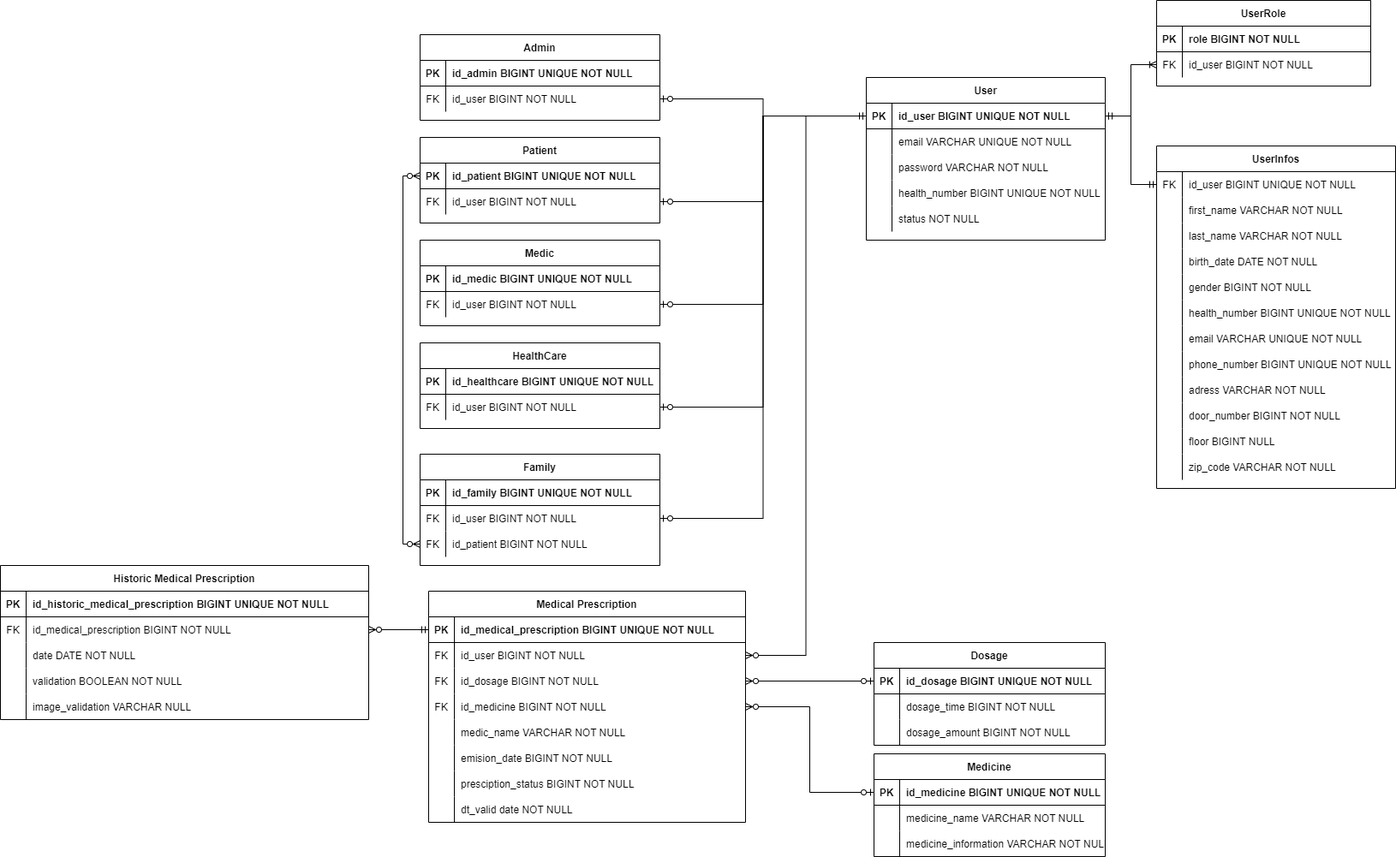
The draw.io diagram Documentação/Base de dados/ER.drawio.png in Zav04/MedAlert, before a commit. Source tidied: cells renumbered, new cells last; positions are measured from the earlier drawing's top-left corner, leaving out a move shared by most shapes.
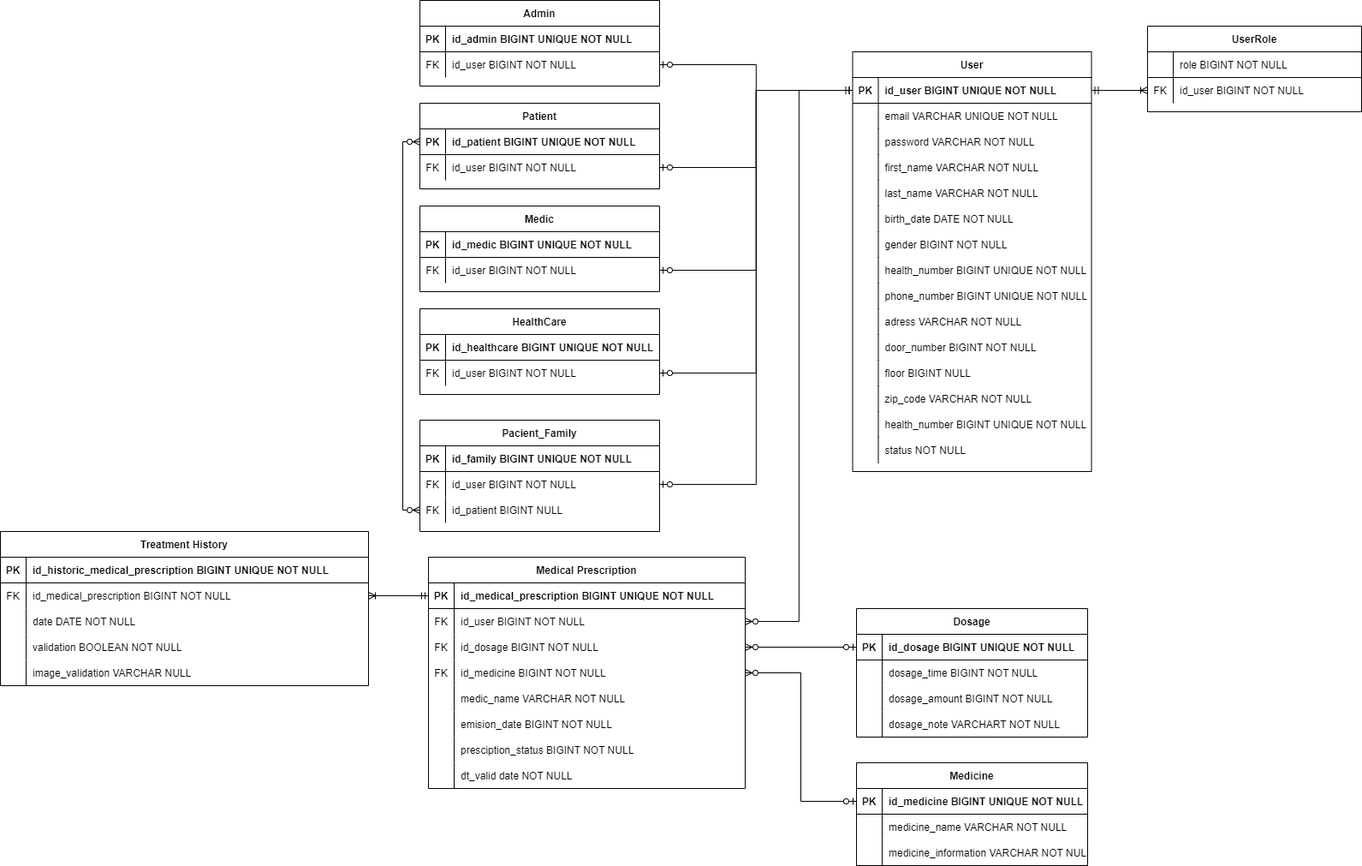
The same diagram one commit later.

The edit, as a diff of the source:
```diff
@@ -5,3 +5,3 @@
     <mxCell id="2" value="UserRole" style="shape=table;startSize=30;rowLines=0;fontStyle=1;align=center;" parent="1" vertex="1">
-      <mxGeometry x="1350" width="250" height="100" as="geometry" />
+      <mxGeometry x="1340" y="70" width="250" height="100" as="geometry" />
     </mxCell>
@@ -10,6 +10,6 @@
     </mxCell>
-    <mxCell id="4" value="PK" style="shape=partialRectangle;overflow=hidden;fillColor=none;top=0;left=0;bottom=0;right=0;fontStyle=1;" parent="3" vertex="1">
+    <mxCell id="4" style="shape=partialRectangle;overflow=hidden;fillColor=none;top=0;left=0;bottom=0;right=0;fontStyle=1;" parent="3" vertex="1">
       <mxGeometry width="30" height="30" as="geometry" />
     </mxCell>
-    <mxCell id="5" value="role BIGINT NOT NULL" style="shape=partialRectangle;overflow=hidden;fillColor=none;top=0;left=0;bottom=0;right=0;align=left;spacingLeft=6;fontStyle=1;" parent="3" vertex="1">
+    <mxCell id="5" value="role BIGINT NOT NULL" style="shape=partialRectangle;overflow=hidden;fillColor=none;top=0;left=0;bottom=0;right=0;align=left;spacingLeft=6;fontStyle=0;" parent="3" vertex="1">
       <mxGeometry x="30" width="220" height="30" as="geometry" />
@@ -26,3 +26,3 @@
     <mxCell id="9" value="User" style="shape=table;startSize=30;rowLines=0;fontStyle=1;align=center;" parent="1" vertex="1">
-      <mxGeometry x="1011" y="90" width="279" height="190" as="geometry" />
+      <mxGeometry x="995.5" y="100" width="279" height="490" as="geometry" />
     </mxCell>
@@ -55,34 +55,4 @@
     </mxCell>
-    <mxCell id="19" style="shape=partialRectangle;fillColor=none;top=0;left=0;right=0;bottom=0;" parent="9" vertex="1">
-      <mxGeometry y="120" width="279" height="30" as="geometry" />
-    </mxCell>
-    <mxCell id="20" style="shape=partialRectangle;overflow=hidden;fillColor=none;top=0;left=0;bottom=0;right=0;" parent="19" vertex="1">
-      <mxGeometry width="30" height="30" as="geometry" />
-    </mxCell>
-    <mxCell id="21" value="health_number BIGINT UNIQUE NOT NULL" style="shape=partialRectangle;overflow=hidden;fillColor=none;top=0;left=0;bottom=0;right=0;align=left;spacingLeft=6;" parent="19" vertex="1">
-      <mxGeometry x="30" width="249" height="30" as="geometry" />
-    </mxCell>
-    <mxCell id="22" style="shape=partialRectangle;fillColor=none;top=0;left=0;right=0;bottom=0;" parent="9" vertex="1">
-      <mxGeometry y="150" width="279" height="30" as="geometry" />
-    </mxCell>
-    <mxCell id="23" style="shape=partialRectangle;overflow=hidden;fillColor=none;top=0;left=0;bottom=0;right=0;" parent="22" vertex="1">
-      <mxGeometry width="30" height="30" as="geometry" />
-    </mxCell>
-    <mxCell id="24" value="status NOT NULL" style="shape=partialRectangle;overflow=hidden;fillColor=none;top=0;left=0;bottom=0;right=0;align=left;spacingLeft=6;" parent="22" vertex="1">
-      <mxGeometry x="30" width="249" height="30" as="geometry" />
-    </mxCell>
-    <mxCell id="25" value="UserInfos" style="shape=table;startSize=30;rowLines=0;fontStyle=1;align=center;" parent="1" vertex="1">
-      <mxGeometry x="1350" y="170" width="279" height="400" as="geometry" />
-    </mxCell>
-    <mxCell id="26" style="shape=partialRectangle;fillColor=none;points=[[0,0.5],[1,0.5]];portConstraint=eastwest;top=0;left=0;right=0;bottom=0;fontStyle=0;" parent="25" vertex="1">
-      <mxGeometry y="30" width="279" height="30" as="geometry" />
-    </mxCell>
-    <mxCell id="27" value="FK" style="shape=partialRectangle;overflow=hidden;fillColor=none;top=0;left=0;bottom=0;right=0;fontStyle=0;" parent="26" vertex="1">
-      <mxGeometry width="30" height="30" as="geometry" />
-    </mxCell>
-    <mxCell id="28" value="id_user BIGINT UNIQUE NOT NULL" style="shape=partialRectangle;overflow=hidden;fillColor=none;top=0;left=0;bottom=0;right=0;align=left;spacingLeft=6;fontStyle=0;" parent="26" vertex="1">
-      <mxGeometry x="30" width="249" height="30" as="geometry" />
-    </mxCell>
-    <mxCell id="29" style="shape=partialRectangle;fillColor=none;top=0;left=0;right=0;bottom=0;" parent="25" vertex="1">
-      <mxGeometry y="60" width="279" height="30" as="geometry" />
+    <mxCell id="29" style="shape=partialRectangle;fillColor=none;top=0;left=0;right=0;bottom=0;" parent="9" vertex="1">
+      <mxGeometry y="120" width="279" height="30" as="geometry" />
     </mxCell>
@@ -94,4 +64,4 @@
     </mxCell>
-    <mxCell id="32" style="shape=partialRectangle;fillColor=none;top=0;left=0;right=0;bottom=0;" parent="25" vertex="1">
-      <mxGeometry y="90" width="279" height="30" as="geometry" />
+    <mxCell id="32" style="shape=partialRectangle;fillColor=none;top=0;left=0;right=0;bottom=0;" parent="9" vertex="1">
+      <mxGeometry y="150" width="279" height="30" as="geometry" />
     </mxCell>
@@ -103,4 +73,4 @@
     </mxCell>
-    <mxCell id="35" style="shape=partialRectangle;fillColor=none;top=0;left=0;right=0;bottom=0;" parent="25" vertex="1">
-      <mxGeometry y="120" width="279" height="30" as="geometry" />
+    <mxCell id="35" style="shape=partialRectangle;fillColor=none;top=0;left=0;right=0;bottom=0;" parent="9" vertex="1">
+      <mxGeometry y="180" width="279" height="30" as="geometry" />
     </mxCell>
@@ -112,4 +82,4 @@
     </mxCell>
-    <mxCell id="38" style="shape=partialRectangle;fillColor=none;top=0;left=0;right=0;bottom=0;" parent="25" vertex="1">
-      <mxGeometry y="150" width="279" height="30" as="geometry" />
+    <mxCell id="38" style="shape=partialRectangle;fillColor=none;top=0;left=0;right=0;bottom=0;" parent="9" vertex="1">
+      <mxGeometry y="210" width="279" height="30" as="geometry" />
     </mxCell>
@@ -121,4 +91,4 @@
     </mxCell>
-    <mxCell id="41" style="shape=partialRectangle;fillColor=none;top=0;left=0;right=0;bottom=0;" parent="25" vertex="1">
-      <mxGeometry y="180" width="279" height="30" as="geometry" />
+    <mxCell id="41" style="shape=partialRectangle;fillColor=none;top=0;left=0;right=0;bottom=0;" parent="9" vertex="1">
+      <mxGeometry y="240" width="279" height="30" as="geometry" />
     </mxCell>
@@ -130,13 +100,4 @@
     </mxCell>
-    <mxCell id="44" style="shape=partialRectangle;fillColor=none;top=0;left=0;right=0;bottom=0;" parent="25" vertex="1">
-      <mxGeometry y="210" width="279" height="30" as="geometry" />
-    </mxCell>
-    <mxCell id="45" style="shape=partialRectangle;overflow=hidden;fillColor=none;top=0;left=0;bottom=0;right=0;" parent="44" vertex="1">
-      <mxGeometry width="30" height="30" as="geometry" />
-    </mxCell>
-    <mxCell id="46" value="email VARCHAR UNIQUE NOT NULL" style="shape=partialRectangle;overflow=hidden;fillColor=none;top=0;left=0;bottom=0;right=0;align=left;spacingLeft=6;" parent="44" vertex="1">
-      <mxGeometry x="30" width="249" height="30" as="geometry" />
-    </mxCell>
-    <mxCell id="47" style="shape=partialRectangle;fillColor=none;top=0;left=0;right=0;bottom=0;" parent="25" vertex="1">
-      <mxGeometry y="240" width="279" height="30" as="geometry" />
+    <mxCell id="47" style="shape=partialRectangle;fillColor=none;top=0;left=0;right=0;bottom=0;" parent="9" vertex="1">
+      <mxGeometry y="270" width="279" height="30" as="geometry" />
     </mxCell>
@@ -148,4 +109,4 @@
     </mxCell>
-    <mxCell id="50" style="shape=partialRectangle;fillColor=none;top=0;left=0;right=0;bottom=0;" parent="25" vertex="1">
-      <mxGeometry y="270" width="279" height="30" as="geometry" />
+    <mxCell id="50" style="shape=partialRectangle;fillColor=none;top=0;left=0;right=0;bottom=0;" parent="9" vertex="1">
+      <mxGeometry y="300" width="279" height="30" as="geometry" />
     </mxCell>
@@ -157,4 +118,4 @@
     </mxCell>
-    <mxCell id="53" style="shape=partialRectangle;fillColor=none;top=0;left=0;right=0;bottom=0;" parent="25" vertex="1">
-      <mxGeometry y="300" width="279" height="30" as="geometry" />
+    <mxCell id="53" style="shape=partialRectangle;fillColor=none;top=0;left=0;right=0;bottom=0;" parent="9" vertex="1">
+      <mxGeometry y="330" width="279" height="30" as="geometry" />
     </mxCell>
@@ -166,4 +127,4 @@
     </mxCell>
-    <mxCell id="56" style="shape=partialRectangle;fillColor=none;top=0;left=0;right=0;bottom=0;" parent="25" vertex="1">
-      <mxGeometry y="330" width="279" height="30" as="geometry" />
+    <mxCell id="56" style="shape=partialRectangle;fillColor=none;top=0;left=0;right=0;bottom=0;" parent="9" vertex="1">
+      <mxGeometry y="360" width="279" height="30" as="geometry" />
     </mxCell>
@@ -175,4 +136,4 @@
     </mxCell>
-    <mxCell id="59" style="shape=partialRectangle;fillColor=none;top=0;left=0;right=0;bottom=0;" parent="25" vertex="1">
-      <mxGeometry y="360" width="279" height="30" as="geometry" />
+    <mxCell id="59" style="shape=partialRectangle;fillColor=none;top=0;left=0;right=0;bottom=0;" parent="9" vertex="1">
+      <mxGeometry y="390" width="279" height="30" as="geometry" />
     </mxCell>
@@ -184,5 +145,20 @@
     </mxCell>
-    <mxCell id="62" style="edgeStyle=orthogonalEdgeStyle;rounded=0;jettySize=auto;html=1;entryX=0;entryY=0.5;entryDx=0;entryDy=0;startArrow=ERone;startFill=0;endArrow=ERmandOne;endFill=0;" parent="1" edge="1" source="10" target="26">
-      <mxGeometry relative="1" as="geometry" />
-    </mxCell>
+    <mxCell id="19" style="shape=partialRectangle;fillColor=none;top=0;left=0;right=0;bottom=0;" parent="9" vertex="1">
+      <mxGeometry y="420" width="279" height="30" as="geometry" />
+    </mxCell>
+    <mxCell id="20" style="shape=partialRectangle;overflow=hidden;fillColor=none;top=0;left=0;bottom=0;right=0;" parent="19" vertex="1">
+      <mxGeometry width="30" height="30" as="geometry" />
+    </mxCell>
+    <mxCell id="21" value="health_number BIGINT UNIQUE NOT NULL" style="shape=partialRectangle;overflow=hidden;fillColor=none;top=0;left=0;bottom=0;right=0;align=left;spacingLeft=6;" parent="19" vertex="1">
+      <mxGeometry x="30" width="249" height="30" as="geometry" />
+    </mxCell>
+    <mxCell id="22" style="shape=partialRectangle;fillColor=none;top=0;left=0;right=0;bottom=0;" parent="9" vertex="1">
+      <mxGeometry y="450" width="279" height="30" as="geometry" />
+    </mxCell>
+    <mxCell id="23" style="shape=partialRectangle;overflow=hidden;fillColor=none;top=0;left=0;bottom=0;right=0;" parent="22" vertex="1">
+      <mxGeometry width="30" height="30" as="geometry" />
+    </mxCell>
+    <mxCell id="24" value="status NOT NULL" style="shape=partialRectangle;overflow=hidden;fillColor=none;top=0;left=0;bottom=0;right=0;align=left;spacingLeft=6;" parent="22" vertex="1">
+      <mxGeometry x="30" width="249" height="30" as="geometry" />
+    </mxCell>
     <mxCell id="63" style="edgeStyle=orthogonalEdgeStyle;rounded=0;jettySize=auto;html=1;endArrow=ERoneToMany;endFill=0;entryX=0;entryY=0.5;entryDx=0;entryDy=0;startArrow=ERmandOne;startFill=0;" parent="1" edge="1" source="10" target="6">
@@ -286,3 +262,3 @@
     </mxCell>
-    <mxCell id="96" value="Family" style="shape=table;startSize=30;rowLines=0;fontStyle=1;align=center;" parent="1" vertex="1">
+    <mxCell id="96" value="Pacient_Family" style="shape=table;startSize=30;rowLines=0;fontStyle=1;align=center;" parent="1" vertex="1">
       <mxGeometry x="490" y="530" width="280" height="130" as="geometry" />
@@ -313,3 +289,3 @@
     </mxCell>
-    <mxCell id="105" value="id_patient BIGINT NOT NULL" style="shape=partialRectangle;overflow=hidden;fillColor=none;top=0;left=0;bottom=0;right=0;align=left;spacingLeft=6;" parent="103" vertex="1">
+    <mxCell id="105" value="id_patient BIGINT NULL" style="shape=partialRectangle;overflow=hidden;fillColor=none;top=0;left=0;bottom=0;right=0;align=left;spacingLeft=6;" parent="103" vertex="1">
       <mxGeometry x="30" width="250" height="30" as="geometry" />
@@ -398,3 +374,3 @@
     <mxCell id="133" value="Medicine" style="shape=table;startSize=30;rowLines=0;fontStyle=1;align=center;" parent="1" vertex="1">
-      <mxGeometry x="1020" y="880" width="270" height="120" as="geometry" />
+      <mxGeometry x="1000" y="930" width="270" height="120" as="geometry" />
     </mxCell>
@@ -428,3 +404,3 @@
     <mxCell id="143" value="Dosage" style="shape=table;startSize=30;rowLines=0;fontStyle=1;align=center;" parent="1" vertex="1">
-      <mxGeometry x="1020" y="750" width="270" height="120" as="geometry" />
+      <mxGeometry x="1000" y="750" width="270" height="150" as="geometry" />
     </mxCell>
@@ -457,2 +433,11 @@
     </mxCell>
+    <mxCell id="173" style="shape=partialRectangle;fillColor=none;top=0;left=0;right=0;bottom=0;" parent="143" vertex="1">
+      <mxGeometry y="120" width="270" height="30" as="geometry" />
+    </mxCell>
+    <mxCell id="45" style="shape=partialRectangle;overflow=hidden;fillColor=none;top=0;left=0;bottom=0;right=0;" parent="173" vertex="1">
+      <mxGeometry width="30" height="30" as="geometry" />
+    </mxCell>
+    <mxCell id="174" value="dosage_note VARCHART NOT NULL" style="shape=partialRectangle;overflow=hidden;fillColor=none;top=0;left=0;bottom=0;right=0;align=left;spacingLeft=6;" parent="173" vertex="1">
+      <mxGeometry x="30" width="240" height="30" as="geometry" />
+    </mxCell>
     <mxCell id="153" style="edgeStyle=orthogonalEdgeStyle;rounded=0;jettySize=auto;html=1;exitX=0;exitY=0.5;exitDx=0;exitDy=0;entryX=1;entryY=0.5;entryDx=0;entryDy=0;startArrow=ERzeroToOne;startFill=0;endArrow=ERzeroToMany;endFill=0;" parent="1" edge="1" source="144" target="114">
@@ -463,3 +448,3 @@
     </mxCell>
-    <mxCell id="155" value="Historic Medical Prescription" style="shape=table;startSize=30;rowLines=0;fontStyle=1;align=center;" parent="1" vertex="1">
+    <mxCell id="155" value="Treatment History" style="shape=table;startSize=30;rowLines=0;fontStyle=1;align=center;" parent="1" vertex="1">
       <mxGeometry y="660" width="430" height="180" as="geometry" />
@@ -511,3 +496,3 @@
     </mxCell>
-    <mxCell id="171" style="edgeStyle=orthogonalEdgeStyle;rounded=0;jettySize=auto;html=1;exitX=0;exitY=0.5;exitDx=0;exitDy=0;entryX=1;entryY=0.5;entryDx=0;entryDy=0;startArrow=ERmandOne;startFill=0;endArrow=ERzeroToMany;endFill=0;" parent="1" edge="1" source="108" target="159">
+    <mxCell id="171" style="edgeStyle=orthogonalEdgeStyle;rounded=0;jettySize=auto;html=1;exitX=0;exitY=0.5;exitDx=0;exitDy=0;entryX=1;entryY=0.5;entryDx=0;entryDy=0;startArrow=ERmandOne;startFill=0;endArrow=ERoneToMany;endFill=0;" parent="1" edge="1" source="108" target="159">
       <mxGeometry relative="1" as="geometry" />
```
